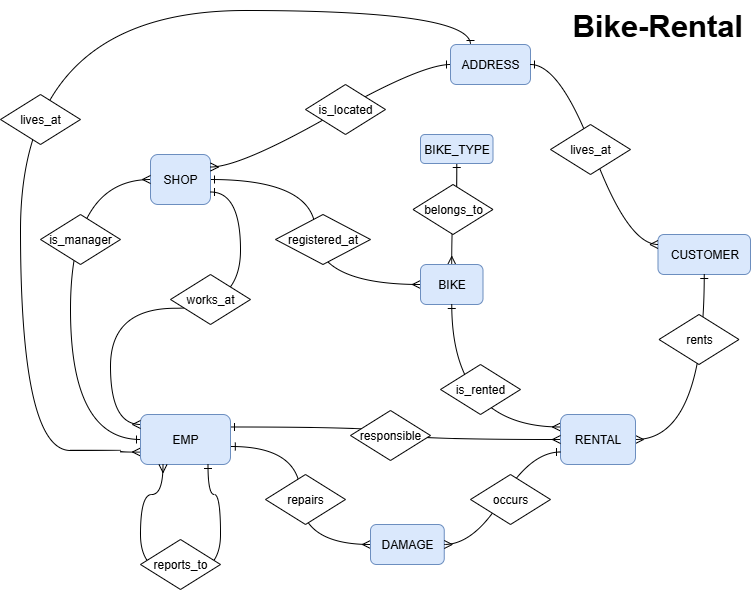
Above: figures/erd01.drawio.png in kgdeck/db_bike_rental (draw.io), before the change. Source tidied: cells renumbered, new cells last; positions are measured from the earlier drawing's top-left corner, leaving out a move shared by most shapes.
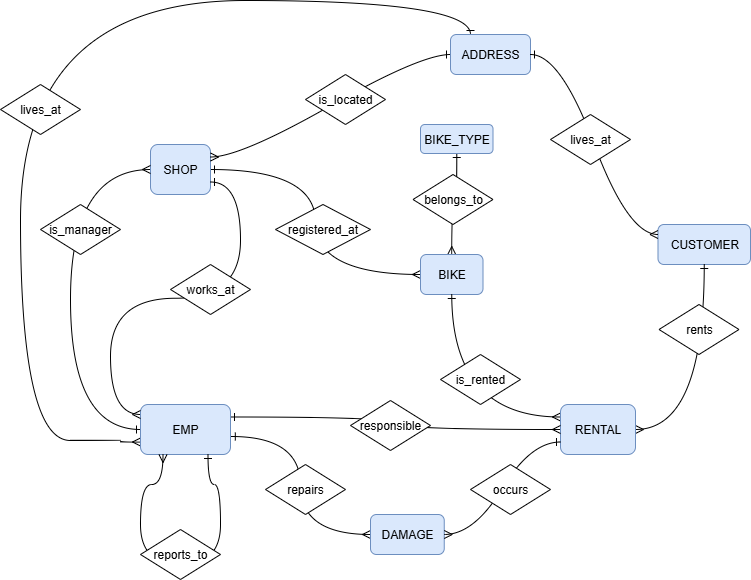
After the change.

Change to the diagram source:
```diff
@@ -149,9 +149,6 @@
     <mxCell id="32" value="is_manager" style="shape=rhombus;perimeter=rhombusPerimeter;whiteSpace=wrap;html=1;align=center;" parent="1" vertex="1">
       <mxGeometry x="40" y="214" width="80" height="50" as="geometry" />
     </mxCell>
-    <mxCell id="33" value="&lt;font style=&quot;font-size: 31px;&quot;&gt;&lt;b&gt;Bike-Rental&lt;/b&gt;&lt;/font&gt;" style="text;html=1;whiteSpace=wrap;overflow=hidden;rounded=0;" parent="1" vertex="1">
-      <mxGeometry x="570" width="180" height="120" as="geometry" />
-    </mxCell>
     <mxCell id="34" value="BIKE_TYPE" style="rounded=1;whiteSpace=wrap;html=1;fillColor=#dae8fc;strokeColor=#6c8ebf;" parent="1" vertex="1">
       <mxGeometry x="420" y="134" width="72.5" height="29" as="geometry" />
     </mxCell>
```
